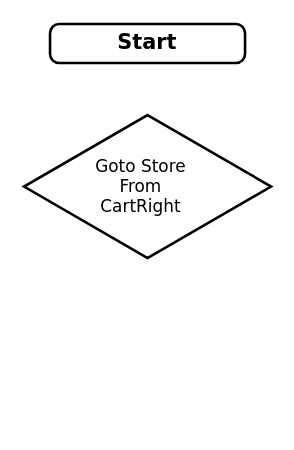
Before: Tracking.drawio in shoaibijaz/soding, a draw.io diagram. Source tidied: cells renumbered, new cells numbered last; positions are measured from the earlier drawing's top-left corner, leaving out a move shared by most shapes. Both pictures are drawn from the tidied source at 130%, with x=0, y=0 at pixel (23, 23).
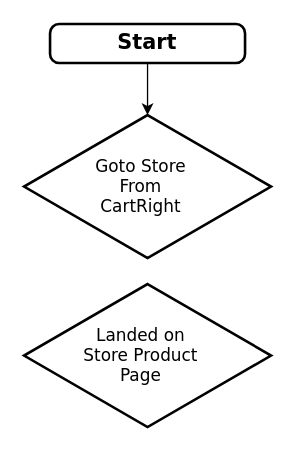
After the change.

Change to the diagram source:
```diff
@@
 <mxGraphModel>
   <root>
     <mxCell id="0" />
     <mxCell id="1" parent="0" />
+    <mxCell id="6" style="edgeStyle=orthogonalEdgeStyle;rounded=0;jettySize=auto;html=1;exitX=0.5;exitY=1;exitDx=0;exitDy=0;entryX=0.5;entryY=0;entryDx=0;entryDy=0;entryPerimeter=0;fontFamily=Verdana;fontSize=13;" parent="1" edge="1" source="2" target="4">
+      <mxGeometry relative="1" as="geometry" />
+    </mxCell>
     <mxCell id="2" style="rounded=1;whiteSpace=wrap;html=1;absoluteArcSize=1;arcSize=14;strokeWidth=2;" parent="1" vertex="1">
       <mxGeometry x="20" width="150" height="30" as="geometry" />
     </mxCell>
     <mxCell id="3" value="Start" style="text;html=1;strokeColor=none;fillColor=none;align=center;verticalAlign=middle;whiteSpace=wrap;rounded=0;fontStyle=1;fontFamily=Verdana;fontSize=16;" parent="1" vertex="1">
       <mxGeometry x="40" y="4" width="110" height="20" as="geometry" />
     </mxCell>
     <mxCell id="4" style="strokeWidth=2;html=1;shape=mxgraph.flowchart.decision;whiteSpace=wrap;fontFamily=Verdana;fontSize=16;" parent="1" vertex="1">
       <mxGeometry y="70" width="190" height="110" as="geometry" />
     </mxCell>
     <mxCell id="5" value="Goto Store From CartRight" style="text;html=1;strokeColor=none;fillColor=none;align=center;verticalAlign=middle;whiteSpace=wrap;rounded=0;fontFamily=Verdana;fontSize=13;" parent="1" vertex="1">
       <mxGeometry x="40" y="100" width="100" height="50" as="geometry" />
     </mxCell>
+    <mxCell id="7" style="strokeWidth=2;html=1;shape=mxgraph.flowchart.decision;whiteSpace=wrap;fontFamily=Verdana;fontSize=16;" parent="1" vertex="1">
+      <mxGeometry y="200" width="190" height="110" as="geometry" />
+    </mxCell>
+    <mxCell id="8" value="Landed on Store Product Page" style="text;html=1;strokeColor=none;fillColor=none;align=center;verticalAlign=middle;whiteSpace=wrap;rounded=0;fontFamily=Verdana;fontSize=13;" parent="1" vertex="1">
+      <mxGeometry x="40" y="230" width="100" height="50" as="geometry" />
+    </mxCell>
   </root>
 </mxGraphModel>
```
